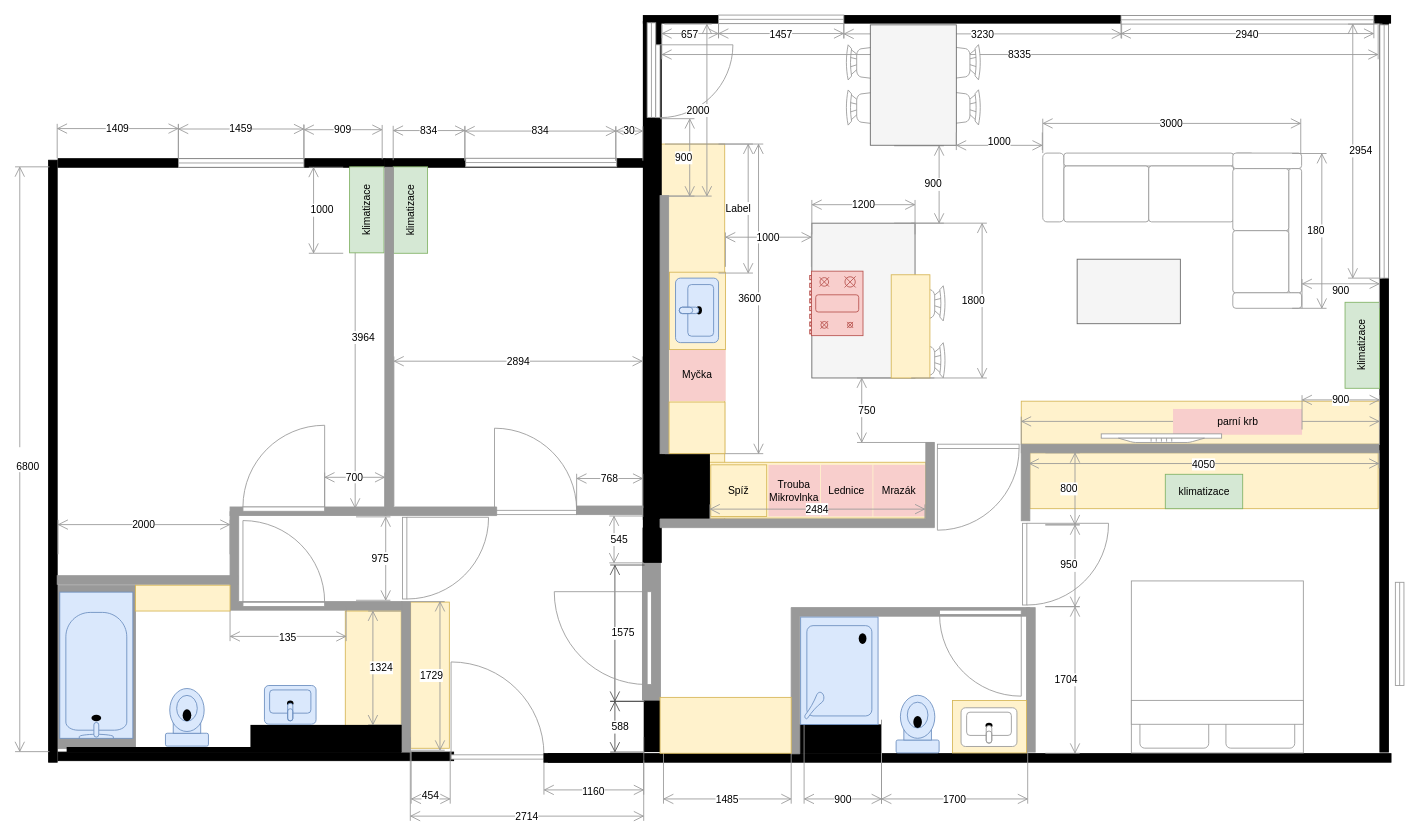
Earlier version of the draw.io diagram page "final" (1 of 2) of docs/src/static/drawings/floor-plan.furniched.drawio (surquest/flat-renovation). Source tidied: cells renumbered, new cells numbered last; positions are measured from the earlier drawing's top-left corner, leaving out a move shared by most shapes. Both pictures are drawn from the tidied source at 86%, with x=0, y=0 at pixel (15, 15).
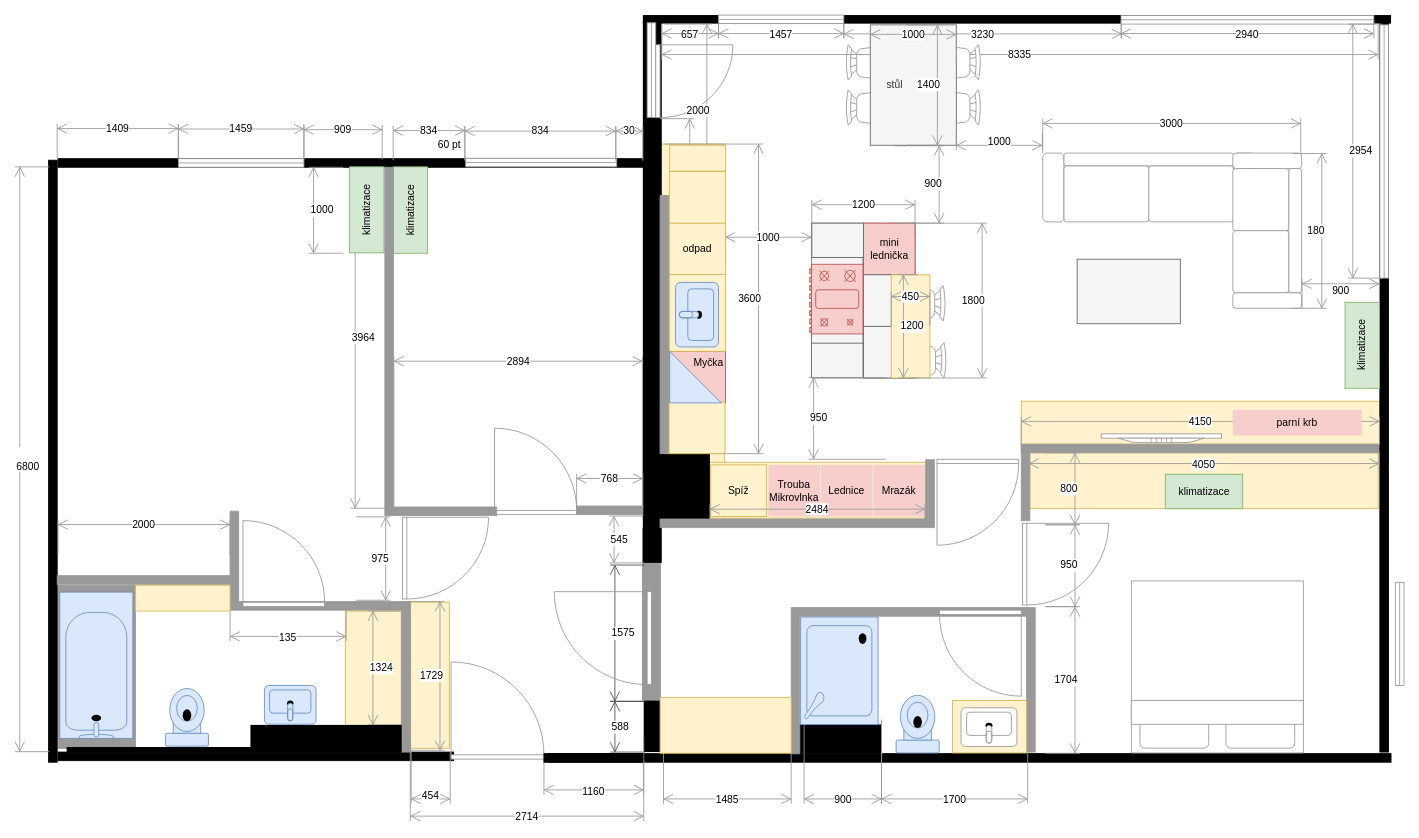
The same page after the edit.

The edit, as a diff of the source:
```diff
@@
+    <mxCell id="88" style="rounded=0;whiteSpace=wrap;html=1;strokeColor=#666666;fillColor=#f5f5f5;fontColor=#333333;" parent="1" vertex="1">
+      <mxGeometry x="926.5" y="242" width="120" height="180" as="geometry" />
+    </mxCell>
+    <mxCell id="143" value="mini&lt;br&gt;lednička" style="rounded=0;whiteSpace=wrap;html=1;strokeColor=#b85450;fillColor=#f8cecc;" parent="1" vertex="1">
+      <mxGeometry x="986.5" y="242" width="60" height="60" as="geometry" />
+    </mxCell>
+    <mxCell id="144" style="rounded=0;whiteSpace=wrap;html=1;strokeColor=#666666;fillColor=#f5f5f5;fontColor=#333333;" parent="1" vertex="1">
+      <mxGeometry x="986.5" y="302" width="60" height="60" as="geometry" />
+    </mxCell>
+    <mxCell id="145" style="rounded=0;whiteSpace=wrap;html=1;strokeColor=#666666;fillColor=#f5f5f5;fontColor=#333333;" parent="1" vertex="1">
+      <mxGeometry x="986.5" y="362" width="60" height="60" as="geometry" />
+    </mxCell>
+    <mxCell id="146" style="rounded=0;whiteSpace=wrap;html=1;strokeColor=#666666;fillColor=#f5f5f5;fontColor=#333333;" parent="1" vertex="1">
+      <mxGeometry x="926" y="282" width="60" height="100" as="geometry" />
+    </mxCell>
@@
     <mxCell id="13" style="verticalLabelPosition=bottom;html=1;verticalAlign=top;align=center;shape=mxgraph.floorplan.chair;strokeColor=#999999;fillColor=#FFFFFF;direction=south;" parent="1" vertex="1">
-      <mxGeometry x="1030" y="381" width="52" height="41" as="geometry" />
+      <mxGeometry x="1031" y="381" width="52" height="41" as="geometry" />
     </mxCell>
@@
-    <mxCell id="88" style="rounded=0;whiteSpace=wrap;html=1;strokeColor=#666666;fillColor=#f5f5f5;fontColor=#333333;" parent="1" vertex="1">
-      <mxGeometry x="926.5" y="242" width="120" height="180" as="geometry" />
-    </mxCell>
@@
-    <mxCell id="91" value="750" style="shape=dimension;direction=north;whiteSpace=wrap;html=1;align=left;verticalAlign=middle;labelBackgroundColor=#ffffff;strokeColor=#999999;fillColor=#999999;flipV=0;flipH=1;" parent="1" vertex="1">
-      <mxGeometry x="979" y="422" width="90" height="75" as="geometry" />
-    </mxCell>
     <mxCell id="92" style="verticalLabelPosition=bottom;html=1;verticalAlign=top;align=center;shape=mxgraph.floorplan.doorLeft;strokeColor=#999999;fillColor=#FFFFFF;" parent="1" vertex="1">
-      <mxGeometry x="1072.5" y="499" width="95" height="95" as="geometry" />
+      <mxGeometry x="1072" y="516.5" width="95" height="95" as="geometry" />
     </mxCell>
-    <mxCell id="93" value="Myčka" style="rounded=0;whiteSpace=wrap;html=1;strokeColor=none;fillColor=#f8cecc;" parent="1" vertex="1">
-      <mxGeometry x="761.2" y="389" width="65" height="60" as="geometry" />
+    <mxCell id="93" value="Myčka" style="rounded=0;whiteSpace=wrap;html=1;strokeColor=#b85450;fillColor=#f8cecc;verticalAlign=top;align=right;" parent="1" vertex="1">
+      <mxGeometry x="761.2" y="391" width="65" height="60" as="geometry" />
     </mxCell>
     <mxCell id="94" style="rounded=0;whiteSpace=wrap;html=1;strokeColor=#d6b656;fillColor=#fff2cc;" parent="1" vertex="1">
-      <mxGeometry x="761" y="299" width="65" height="90" as="geometry" />
+      <mxGeometry x="761" y="301" width="65" height="90" as="geometry" />
     </mxCell>
     <mxCell id="95" style="verticalLabelPosition=bottom;html=1;verticalAlign=top;align=center;shape=mxgraph.floorplan.sink_2;strokeColor=#6c8ebf;fillColor=#dae8fc;direction=north;" parent="1" vertex="1">
-      <mxGeometry x="768" y="305.9" width="50" height="75" as="geometry" />
+      <mxGeometry x="768" y="310.9" width="50" height="75" as="geometry" />
     </mxCell>
@@
     <mxCell id="102" style="verticalLabelPosition=bottom;html=1;verticalAlign=top;align=center;shape=mxgraph.floorplan.range_2;strokeColor=#b85450;fillColor=#f8cecc;direction=south;" parent="1" vertex="1">
-      <mxGeometry x="924" y="297.8" width="62" height="75" as="geometry" />
+      <mxGeometry x="924" y="289.8" width="62" height="81" as="geometry" />
     </mxCell>
@@
-    <mxCell id="112" style="rounded=0;whiteSpace=wrap;html=1;strokeColor=#666666;fillColor=#f5f5f5;fontColor=#333333;" parent="1" vertex="1">
+    <mxCell id="112" value="&amp;nbsp; &amp;nbsp; &amp;nbsp;stůl" style="rounded=0;whiteSpace=wrap;html=1;strokeColor=#666666;fillColor=#f5f5f5;fontColor=#333333;align=left;" parent="1" vertex="1">
       <mxGeometry x="994.5" y="11.4" width="100" height="140" as="geometry" />
     </mxCell>
@@
     <mxCell id="116" style="verticalLabelPosition=bottom;html=1;verticalAlign=top;align=center;shape=mxgraph.floorplan.wallCorner;fillColor=strokeColor;direction=west;strokeColor=#999999;" parent="1" vertex="1">
-      <mxGeometry x="750" y="497" width="319" height="99" as="geometry" />
+      <mxGeometry x="750" y="517" width="319" height="79" as="geometry" />
     </mxCell>
@@
-    <mxCell id="127" style="verticalLabelPosition=bottom;html=1;verticalAlign=top;align=center;shape=mxgraph.floorplan.wall;fillColor=strokeColor;strokeColor=#999999;" parent="1" vertex="1">
-      <mxGeometry x="250" y="572" width="181.5" height="10" as="geometry" />
-    </mxCell>
-    <mxCell id="128" style="verticalLabelPosition=bottom;html=1;verticalAlign=top;align=center;shape=mxgraph.floorplan.doorLeft;strokeColor=#999999;fillColor=#FFFFFF;flipH=1;flipV=1;" parent="1" vertex="1">
-      <mxGeometry x="265" y="482" width="95" height="95" as="geometry" />
-    </mxCell>
-    <mxCell id="129" value="700" style="shape=dimension;direction=west;whiteSpace=wrap;html=1;align=center;verticalAlign=top;spacingTop=-8;labelBackgroundColor=#ffffff;strokeColor=#999999;" parent="1" vertex="1">
-      <mxGeometry x="360" y="532" width="70" height="40" as="geometry" />
-    </mxCell>
@@
-    <mxCell id="136" value="Label" style="shape=dimension;direction=north;whiteSpace=wrap;html=1;align=right;verticalAlign=middle;labelBackgroundColor=#ffffff;strokeColor=#999999;" parent="1" vertex="1">
-      <mxGeometry x="818" y="150" width="40" height="150" as="geometry" />
-    </mxCell>
@@
     <mxCell id="140" value="parní krb" style="rounded=0;whiteSpace=wrap;html=1;strokeColor=none;fillColor=#f8cecc;" parent="1" vertex="1">
-      <mxGeometry x="1346.5" y="458" width="150" height="30" as="geometry" />
+      <mxGeometry x="1416" y="459" width="150" height="30" as="geometry" />
     </mxCell>
@@
-    <mxCell id="142" value="900" style="shape=dimension;direction=west;whiteSpace=wrap;html=1;align=center;verticalAlign=top;spacingTop=-8;labelBackgroundColor=#ffffff;strokeColor=#999999;" parent="1" vertex="1">
-      <mxGeometry x="1496.5" y="442" width="90" height="40" as="geometry" />
-    </mxCell>
+    <mxCell id="147" value="1000" style="shape=dimension;direction=west;whiteSpace=wrap;html=1;align=center;verticalAlign=top;spacingTop=-8;labelBackgroundColor=#ffffff;strokeColor=#999999;" parent="1" vertex="1">
+      <mxGeometry x="994.5" y="17" width="100" height="40" as="geometry" />
+    </mxCell>
+    <mxCell id="148" value="1400" style="shape=dimension;direction=north;whiteSpace=wrap;html=1;align=right;verticalAlign=middle;labelBackgroundColor=#ffffff;strokeColor=#999999;" parent="1" vertex="1">
+      <mxGeometry x="1036" y="11.4" width="42" height="140" as="geometry" />
+    </mxCell>
+    <mxCell id="149" value="1200" style="shape=dimension;direction=south;whiteSpace=wrap;html=1;align=left;verticalAlign=middle;labelBackgroundColor=#ffffff;strokeColor=#999999;" parent="1" vertex="1">
+      <mxGeometry x="1027.5" y="302" width="22.5" height="120" as="geometry" />
+    </mxCell>
+    <mxCell id="150" value="450" style="shape=dimension;direction=west;whiteSpace=wrap;html=1;align=center;verticalAlign=top;spacingTop=-8;labelBackgroundColor=#ffffff;strokeColor=#999999;" parent="1" vertex="1">
+      <mxGeometry x="1018.8" y="321.8" width="45" height="40" as="geometry" />
+    </mxCell>
+    <mxCell id="151" value="odpad" style="rounded=0;whiteSpace=wrap;html=1;strokeColor=#d6b656;fillColor=#fff2cc;" parent="1" vertex="1">
+      <mxGeometry x="761" y="241.8" width="65" height="60" as="geometry" />
+    </mxCell>
+    <mxCell id="152" style="rounded=0;whiteSpace=wrap;html=1;strokeColor=#d6b656;fillColor=#fff2cc;" parent="1" vertex="1">
+      <mxGeometry x="761" y="182" width="65" height="60" as="geometry" />
+    </mxCell>
+    <mxCell id="153" style="rounded=0;whiteSpace=wrap;html=1;strokeColor=#d6b656;fillColor=#fff2cc;" parent="1" vertex="1">
+      <mxGeometry x="761.2" y="151.4" width="65" height="30" as="geometry" />
+    </mxCell>
+    <mxCell id="154" style="rounded=0;whiteSpace=wrap;html=1;strokeColor=#666666;fillColor=#f5f5f5;fontColor=#333333;" parent="1" vertex="1">
+      <mxGeometry x="926.5" y="242" width="60" height="40" as="geometry" />
+    </mxCell>
+    <mxCell id="155" style="rounded=0;whiteSpace=wrap;html=1;strokeColor=#666666;fillColor=#f5f5f5;fontColor=#333333;" parent="1" vertex="1">
+      <mxGeometry x="926" y="381.5" width="60" height="40" as="geometry" />
+    </mxCell>
+    <mxCell id="156" style="verticalLabelPosition=bottom;verticalAlign=top;html=1;shape=mxgraph.basic.orthogonal_triangle;strokeColor=#6c8ebf;fillColor=#dae8fc;" parent="1" vertex="1">
+      <mxGeometry x="761.2" y="391" width="60" height="60" as="geometry" />
+    </mxCell>
+    <mxCell id="157" value="60 pt" style="text;whiteSpace=wrap;html=1;" parent="1" vertex="1">
+      <mxGeometry x="490" y="137" width="60" height="40" as="geometry" />
+    </mxCell>
+    <mxCell id="158" value="950" style="shape=dimension;direction=north;whiteSpace=wrap;html=1;align=left;verticalAlign=middle;labelBackgroundColor=#ffffff;strokeColor=#999999;fillColor=#999999;flipV=0;flipH=1;" parent="1" vertex="1">
+      <mxGeometry x="923" y="421.5" width="90" height="95" as="geometry" />
+    </mxCell>
```
